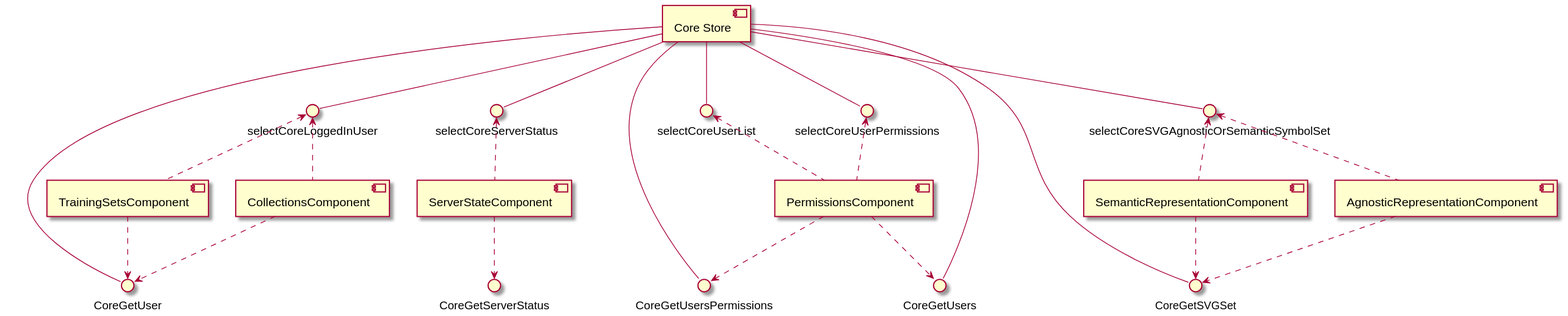
Before: documentation/puml/angular/core_store_component.svg, a diagram exported from PlantUML (HISPAMUS/muret). Source of this version:
```plantuml
@startuml core_store_component
    [Core Store]
    CoreGetUsersPermissions -- [Core Store]
    CoreGetUsers -- [Core Store]
    CoreGetUser -- [Core Store]
    CoreGetSVGSet -- [Core Store]

    [Core Store] -- selectCoreLoggedInUser
    [Core Store] -- selectCoreUserPermissions
    [Core Store] -- selectCoreUserList
    [Core Store] -- selectCoreServerStatus
    [Core Store] -- selectCoreSVGAgnosticOrSemanticSymbolSet

    [CollectionsComponent] ..> CoreGetUser
    [TrainingSetsComponent] ..> CoreGetUser

    [PermissionsComponent] ..> CoreGetUsersPermissions
    [PermissionsComponent] ..> CoreGetUsers

    [AgnosticRepresentationComponent] ..> CoreGetSVGSet
    [SemanticRepresentationComponent] ..> CoreGetSVGSet

    [ServerStateComponent] ..> CoreGetServerStatus

    selectCoreLoggedInUser <.. [CollectionsComponent]
    selectCoreLoggedInUser <.. [TrainingSetsComponent]

    selectCoreUserPermissions <.. [PermissionsComponent]
    selectCoreUserList <.. [PermissionsComponent]

    selectCoreServerStatus <.. [ServerStateComponent]
    selectCoreSVGAgnosticOrSemanticSymbolSet <.. [AgnosticRepresentationComponent]
    selectCoreSVGAgnosticOrSemanticSymbolSet <.. [SemanticRepresentationComponent]

@enduml
```
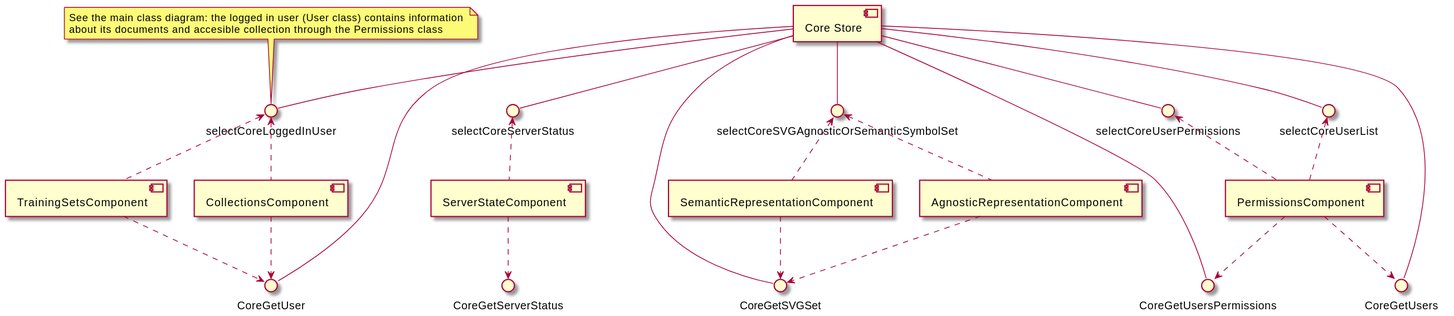
Above is the later version.

The edit, as a diff of the source:
```diff
@@ -6,6 +6,11 @@
     CoreGetSVGSet -- [Core Store]
 
     [Core Store] -- selectCoreLoggedInUser
+    note top of selectCoreLoggedInUser
+      See the main class diagram: the logged in user (User class) contains information
+      about its documents and accesible collection through the Permissions class
+    end note
+
     [Core Store] -- selectCoreUserPermissions
     [Core Store] -- selectCoreUserList
     [Core Store] -- selectCoreServerStatus
```
